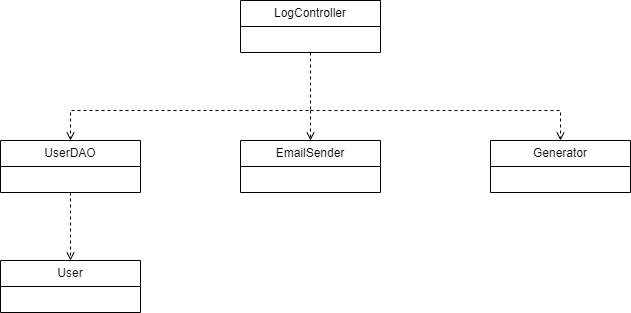
The draw.io diagram document/SDS/8.Function_Register/Class_Diagram/Register_Class_Diagram.drawio.png in QuocZuong/perfume-store, before a commit. Source tidied: cells renumbered, new cells last; positions are measured from the earlier drawing's top-left corner, leaving out a move shared by most shapes. Its diagram source:
```xml
<mxGraphModel>
  <root>
    <mxCell id="0" />
    <mxCell id="1" parent="0" />
    <mxCell id="2" value="LogController" style="swimlane;fontStyle=0;horizontal=1;startSize=26;fillColor=none;whiteSpace=wrap;html=1;" parent="1" vertex="1">
      <mxGeometry x="240" width="140" height="52" as="geometry" />
    </mxCell>
    <mxCell id="3" value="UserDAO" style="swimlane;fontStyle=0;horizontal=1;startSize=26;fillColor=none;whiteSpace=wrap;html=1;" parent="1" vertex="1">
      <mxGeometry y="140" width="140" height="52" as="geometry" />
    </mxCell>
    <mxCell id="4" value="User" style="swimlane;fontStyle=0;horizontal=1;startSize=26;fillColor=none;whiteSpace=wrap;html=1;" parent="1" vertex="1">
      <mxGeometry y="260" width="140" height="52" as="geometry" />
    </mxCell>
    <mxCell id="5" style="endArrow=open;html=1;rounded=0;exitX=0.5;exitY=1;exitDx=0;exitDy=0;entryX=0.5;entryY=0;entryDx=0;entryDy=0;dashed=1;endFill=0;endSize=6;" parent="1" edge="1" source="2" target="3">
      <mxGeometry relative="1" as="geometry">
        <Array as="points">
          <mxPoint x="310" y="110" />
          <mxPoint x="70" y="110" />
        </Array>
      </mxGeometry>
    </mxCell>
    <mxCell id="6" style="endArrow=open;html=1;rounded=0;entryX=0.5;entryY=0;entryDx=0;entryDy=0;dashed=1;endFill=0;endSize=6;exitX=0.5;exitY=1;exitDx=0;exitDy=0;" parent="1" edge="1" source="3" target="4">
      <mxGeometry relative="1" as="geometry" />
    </mxCell>
    <mxCell id="7" value="EmailSender" style="swimlane;fontStyle=0;horizontal=1;startSize=26;fillColor=none;whiteSpace=wrap;html=1;" parent="1" vertex="1">
      <mxGeometry x="240" y="140" width="140" height="52" as="geometry" />
    </mxCell>
    <mxCell id="8" style="endArrow=open;html=1;rounded=0;entryX=0.5;entryY=0;entryDx=0;entryDy=0;dashed=1;endFill=0;endSize=6;" parent="1" edge="1" target="7">
      <mxGeometry relative="1" as="geometry">
        <mxPoint x="310" y="110" as="sourcePoint" />
      </mxGeometry>
    </mxCell>
    <mxCell id="9" value="Generator" style="swimlane;fontStyle=0;horizontal=1;startSize=26;fillColor=none;whiteSpace=wrap;html=1;" parent="1" vertex="1">
      <mxGeometry x="490" y="140" width="140" height="52" as="geometry" />
    </mxCell>
    <mxCell id="10" style="endArrow=open;html=1;rounded=0;entryX=0.5;entryY=0;entryDx=0;entryDy=0;dashed=1;endFill=0;endSize=6;" parent="1" edge="1" target="9">
      <mxGeometry relative="1" as="geometry">
        <mxPoint x="310" y="110" as="sourcePoint" />
        <Array as="points">
          <mxPoint x="560" y="110" />
        </Array>
      </mxGeometry>
    </mxCell>
  </root>
</mxGraphModel>
```
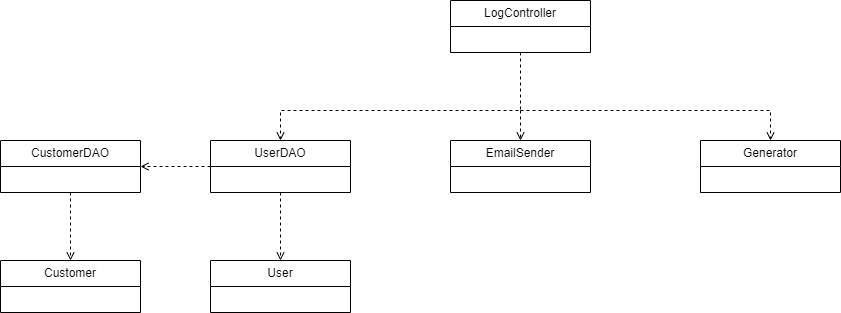
After the change.

Commit message:
done Function_Register

The edit, as a diff of the source:
```diff
@@ -41,5 +41,17 @@
         </Array>
       </mxGeometry>
     </mxCell>
+    <mxCell id="11" value="CustomerDAO" style="swimlane;fontStyle=0;horizontal=1;startSize=26;fillColor=none;whiteSpace=wrap;html=1;" parent="1" vertex="1">
+      <mxGeometry x="-210" y="140" width="140" height="52" as="geometry" />
+    </mxCell>
+    <mxCell id="12" value="Customer" style="swimlane;fontStyle=0;horizontal=1;startSize=26;fillColor=none;whiteSpace=wrap;html=1;" parent="1" vertex="1">
+      <mxGeometry x="-210" y="260" width="140" height="52" as="geometry" />
+    </mxCell>
+    <mxCell id="13" style="endArrow=open;html=1;rounded=0;entryX=1;entryY=0.5;entryDx=0;entryDy=0;dashed=1;endFill=0;endSize=6;exitX=0;exitY=0.5;exitDx=0;exitDy=0;" parent="1" edge="1" source="3" target="11">
+      <mxGeometry relative="1" as="geometry" />
+    </mxCell>
+    <mxCell id="14" style="endArrow=open;html=1;rounded=0;entryX=0.5;entryY=0;entryDx=0;entryDy=0;dashed=1;endFill=0;endSize=6;exitX=0.5;exitY=1;exitDx=0;exitDy=0;" parent="1" edge="1" source="11" target="12">
+      <mxGeometry relative="1" as="geometry" />
+    </mxCell>
   </root>
 </mxGraphModel>
```
